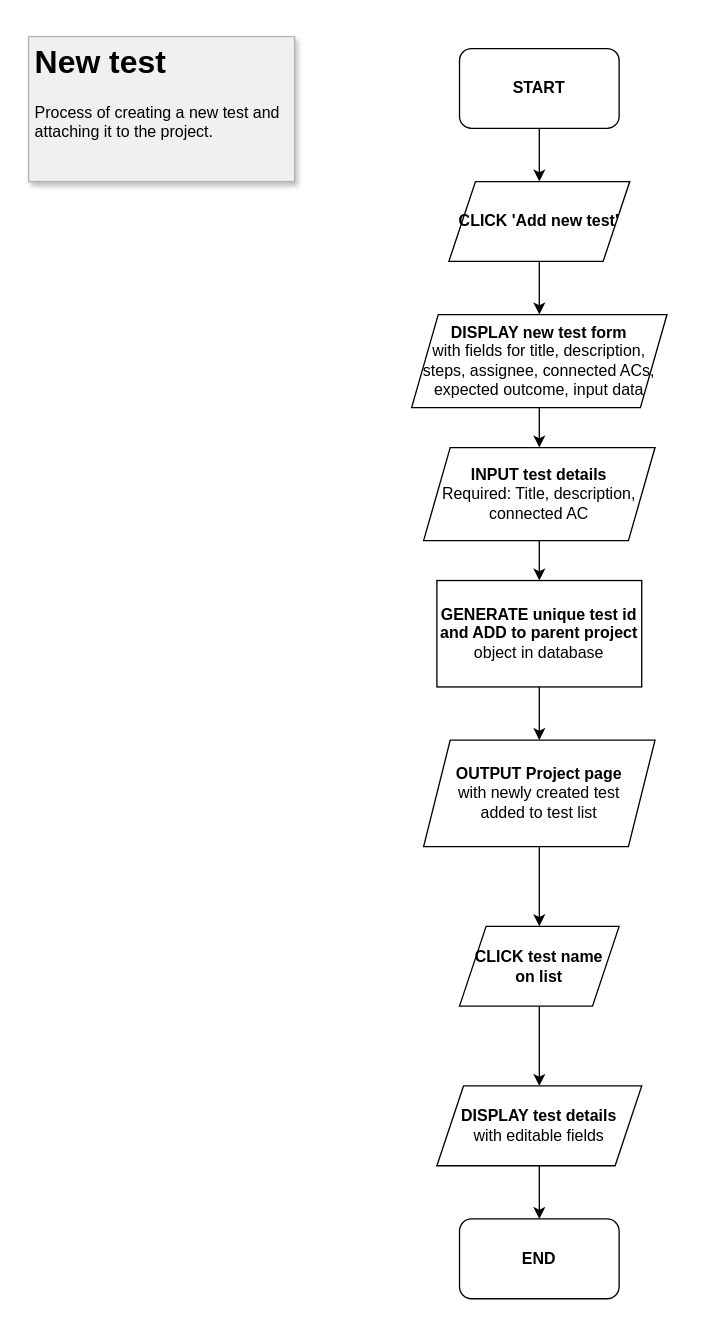
Before: page "Create new test" (4 of 4) of documentation/ModuleDiagrams.drawio in whitneydr/Unit-Testing-System, a draw.io diagram. Source tidied: cells renumbered, new cells numbered last; positions are measured from the earlier drawing's top-left corner, leaving out a move shared by most shapes. Both pictures are drawn from the tidied source at 133%, with x=0, y=0 at pixel (28, 36).
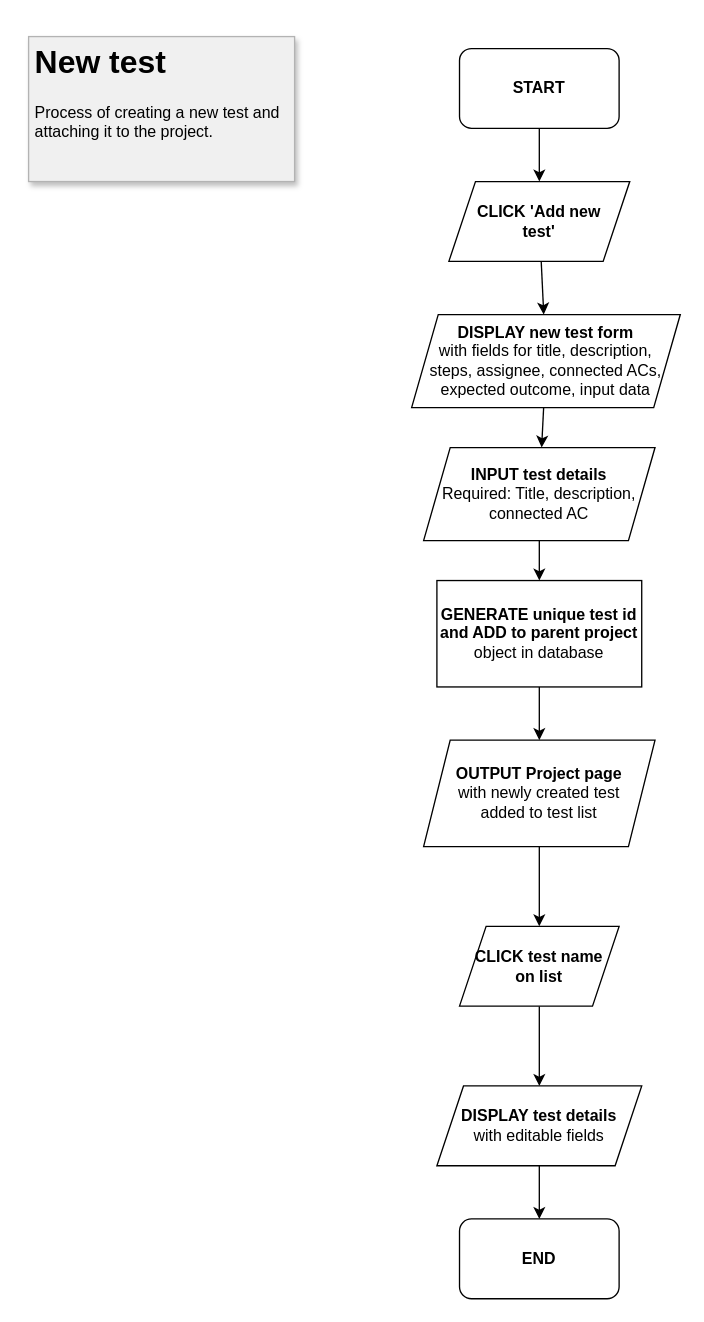
The same diagram, later.

The edit, as a diff of the source:
```diff
@@
 <mxGraphModel>
   <root>
     <mxCell id="0" />
     <mxCell id="1" parent="0" />
     <mxCell id="2" style="edgeStyle=none;html=1;" parent="1" edge="1" source="3" target="5">
       <mxGeometry relative="1" as="geometry" />
     </mxCell>
     <mxCell id="3" value="&lt;b&gt;START&lt;/b&gt;" style="rounded=1;whiteSpace=wrap;html=1;" parent="1" vertex="1">
       <mxGeometry x="324" y="9" width="120" height="60" as="geometry" />
     </mxCell>
     <mxCell id="4" style="edgeStyle=none;html=1;" parent="1" edge="1" source="5" target="8">
       <mxGeometry relative="1" as="geometry" />
     </mxCell>
-    <mxCell id="5" value="&lt;b&gt;CLICK 'Add new test'&lt;/b&gt;" style="shape=parallelogram;perimeter=parallelogramPerimeter;whiteSpace=wrap;html=1;fixedSize=1;rounded=0;" parent="1" vertex="1">
+    <mxCell id="5" value="&lt;b&gt;CLICK 'Add new test'&lt;/b&gt;" style="shape=parallelogram;perimeter=parallelogramPerimeter;whiteSpace=wrap;html=1;fixedSize=1;rounded=0;spacing=2;spacingRight=8;spacingLeft=8;" parent="1" vertex="1">
       <mxGeometry x="316" y="109" width="136" height="60" as="geometry" />
     </mxCell>
     <mxCell id="6" value="&lt;h1&gt;New test&lt;/h1&gt;&lt;p&gt;Process of creating a new test and attaching it to the project.&lt;/p&gt;" style="text;html=1;strokeColor=#B3B3B3;fillColor=#F0F0F0;spacing=5;spacingTop=-20;whiteSpace=wrap;overflow=hidden;rounded=0;shadow=1;" parent="1" vertex="1">
       <mxGeometry width="200" height="109" as="geometry" />
     </mxCell>
     <mxCell id="7" style="edgeStyle=none;html=1;" parent="1" edge="1" source="8" target="10">
       <mxGeometry relative="1" as="geometry" />
     </mxCell>
-    <mxCell id="8" value="&lt;b&gt;DISPLAY new test form&lt;/b&gt;&lt;br&gt;with fields for title, description, steps, assignee, connected ACs, expected outcome, input data" style="shape=parallelogram;perimeter=parallelogramPerimeter;whiteSpace=wrap;html=1;fixedSize=1;rounded=0;" parent="1" vertex="1">
-      <mxGeometry x="288" y="209" width="192" height="70" as="geometry" />
+    <mxCell id="8" value="&lt;b&gt;DISPLAY new test form&lt;/b&gt;&lt;br&gt;with fields for title, description, steps, assignee, connected ACs, expected outcome, input data" style="shape=parallelogram;perimeter=parallelogramPerimeter;whiteSpace=wrap;html=1;fixedSize=1;rounded=0;spacingRight=8;spacingLeft=8;" parent="1" vertex="1">
+      <mxGeometry x="288" y="209" width="202" height="70" as="geometry" />
     </mxCell>
     <mxCell id="9" style="edgeStyle=none;html=1;" parent="1" edge="1" source="10" target="12">
       <mxGeometry relative="1" as="geometry" />
     </mxCell>
     <mxCell id="10" value="&lt;b&gt;INPUT test details&lt;br&gt;&lt;/b&gt;Required: Title, description, connected AC" style="shape=parallelogram;perimeter=parallelogramPerimeter;whiteSpace=wrap;html=1;fixedSize=1;rounded=0;" parent="1" vertex="1">
       <mxGeometry x="297" y="309" width="174" height="70" as="geometry" />
     </mxCell>
     <mxCell id="11" style="edgeStyle=none;html=1;" parent="1" edge="1" source="12" target="14">
       <mxGeometry relative="1" as="geometry" />
     </mxCell>
     <mxCell id="12" value="&lt;b&gt;GENERATE unique test id and ADD to parent project&lt;/b&gt; object in database" style="whiteSpace=wrap;html=1;rounded=0;" parent="1" vertex="1">
       <mxGeometry x="307" y="409" width="154" height="80" as="geometry" />
     </mxCell>
     <mxCell id="13" style="edgeStyle=none;html=1;" parent="1" edge="1" source="14" target="16">
       <mxGeometry relative="1" as="geometry" />
     </mxCell>
     <mxCell id="14" value="&lt;b&gt;OUTPUT Project page&lt;br&gt;&lt;/b&gt;with newly created test added to test list" style="shape=parallelogram;perimeter=parallelogramPerimeter;whiteSpace=wrap;html=1;fixedSize=1;rounded=0;labelPosition=center;verticalLabelPosition=middle;align=center;verticalAlign=middle;spacingRight=8;spacingLeft=8;" parent="1" vertex="1">
       <mxGeometry x="297" y="529" width="174" height="80" as="geometry" />
     </mxCell>
     <mxCell id="15" style="edgeStyle=none;html=1;" parent="1" edge="1" source="16" target="18">
       <mxGeometry relative="1" as="geometry" />
     </mxCell>
     <mxCell id="16" value="&lt;b&gt;CLICK test name on list&lt;/b&gt;" style="shape=parallelogram;perimeter=parallelogramPerimeter;whiteSpace=wrap;html=1;fixedSize=1;rounded=0;spacingRight=8;spacingLeft=8;" parent="1" vertex="1">
       <mxGeometry x="324" y="669" width="120" height="60" as="geometry" />
     </mxCell>
     <mxCell id="17" style="edgeStyle=none;html=1;" parent="1" edge="1" source="18" target="19">
       <mxGeometry relative="1" as="geometry" />
     </mxCell>
     <mxCell id="18" value="&lt;b&gt;DISPLAY test details &lt;/b&gt;&lt;br&gt;with editable fields" style="shape=parallelogram;perimeter=parallelogramPerimeter;whiteSpace=wrap;html=1;fixedSize=1;rounded=0;spacingRight=8;spacingLeft=8;" parent="1" vertex="1">
       <mxGeometry x="307" y="789" width="154" height="60" as="geometry" />
     </mxCell>
     <mxCell id="19" value="&lt;b&gt;END&lt;/b&gt;" style="rounded=1;whiteSpace=wrap;html=1;" parent="1" vertex="1">
       <mxGeometry x="324" y="889" width="120" height="60" as="geometry" />
     </mxCell>
   </root>
 </mxGraphModel>
```
